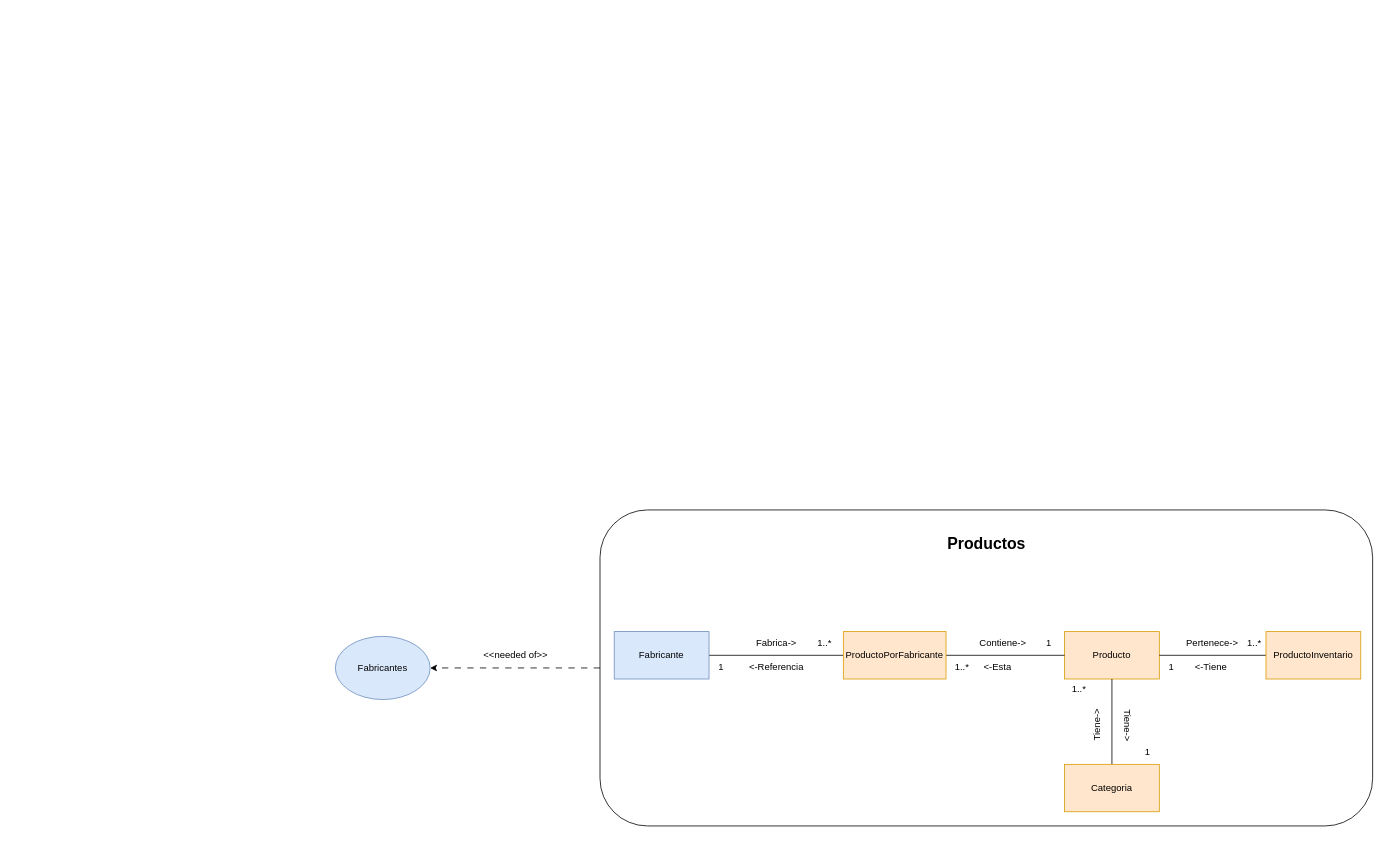
The draw.io diagram page "4.2 Productos-ModeloDominioAcotado" (5 of 16) of SpaOnline/ModeloDominioSpa.drawio in cristianospina/DOO, before the edit. Source tidied: cells renumbered, new cells numbered last; positions are measured from the earlier drawing's top-left corner, leaving out a move shared by most shapes. Both pictures are drawn from the tidied source at 79%, with x=0, y=0 at pixel (335, 510).
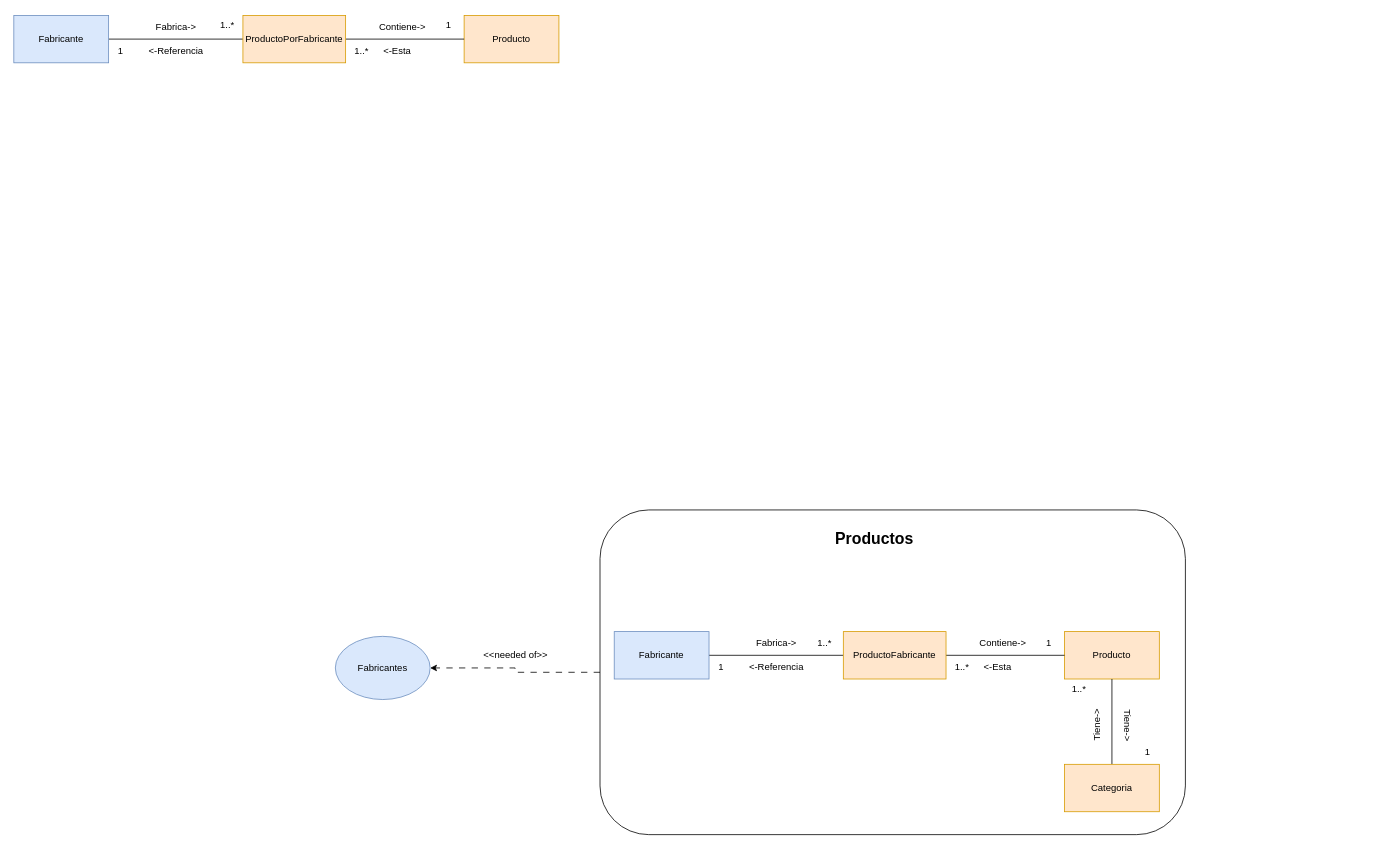
After the change.

Unchanged cells that the change refers to:
```xml
<mxCell id="5" value="Producto" style="rounded=0;whiteSpace=wrap;html=1;fillColor=#ffe6cc;strokeColor=#d79b00;" parent="1" vertex="1">
  <mxGeometry x="923" y="154" width="120" height="60" as="geometry" />
</mxCell>
```

Diff of the diagram source:
```diff
@@
     <mxCell id="3" style="rounded=1;whiteSpace=wrap;html=1;" parent="1" vertex="1">
-      <mxGeometry x="335" width="978" height="400" as="geometry" />
+      <mxGeometry x="335" width="741" height="411" as="geometry" />
     </mxCell>
     <mxCell id="4" value="&lt;b&gt;&lt;font style=&quot;font-size: 20px;&quot;&gt;Productos&lt;/font&gt;&lt;/b&gt;" style="text;html=1;align=center;verticalAlign=middle;strokeColor=none;fillColor=none;" parent="1" vertex="1">
-      <mxGeometry x="764" y="22" width="120" height="40" as="geometry" />
+      <mxGeometry x="622" y="16" width="120" height="40" as="geometry" />
     </mxCell>
@@
-    <mxCell id="8" value="ProductoPorFabricante" style="rounded=0;whiteSpace=wrap;html=1;fillColor=#ffe6cc;strokeColor=#d79b00;" parent="1" vertex="1">
+    <mxCell id="8" value="ProductoFabricante" style="rounded=0;whiteSpace=wrap;html=1;fillColor=#ffe6cc;strokeColor=#d79b00;" parent="1" vertex="1">
       <mxGeometry x="643" y="154" width="130" height="60" as="geometry" />
     </mxCell>
-    <mxCell id="9" style="edgeStyle=orthogonalEdgeStyle;rounded=0;jettySize=auto;html=1;endArrow=none;endFill=0;fillColor=none;" parent="1" edge="1" source="10" target="5">
-      <mxGeometry relative="1" as="geometry" />
-    </mxCell>
-    <mxCell id="10" value="ProductoInventario" style="rounded=0;whiteSpace=wrap;html=1;fillColor=#ffe6cc;strokeColor=#d79b00;" parent="1" vertex="1">
-      <mxGeometry x="1178" y="154" width="120" height="60" as="geometry" />
-    </mxCell>
-    <mxCell id="11" value="&amp;nbsp;Pertenece-&amp;gt;" style="text;html=1;align=center;verticalAlign=middle;fillColor=none;" parent="1" vertex="1">
-      <mxGeometry x="1063" y="154" width="90" height="30" as="geometry" />
-    </mxCell>
-    <mxCell id="12" value="&amp;lt;-Tiene" style="text;html=1;align=center;verticalAlign=middle;fillColor=none;" parent="1" vertex="1">
-      <mxGeometry x="1078" y="184" width="60" height="30" as="geometry" />
-    </mxCell>
-    <mxCell id="13" value="1..*" style="text;html=1;align=center;verticalAlign=middle;fillColor=none;" parent="1" vertex="1">
-      <mxGeometry x="1143" y="154" width="40" height="30" as="geometry" />
-    </mxCell>
-    <mxCell id="14" value="1" style="text;html=1;align=center;verticalAlign=middle;fillColor=none;" parent="1" vertex="1">
-      <mxGeometry x="1043" y="184" width="30" height="30" as="geometry" />
-    </mxCell>
@@
+    <mxCell id="32" value="Producto" style="rounded=0;whiteSpace=wrap;html=1;fillColor=#ffe6cc;strokeColor=#d79b00;" parent="1" vertex="1">
+      <mxGeometry x="163" y="-626" width="120" height="60" as="geometry" />
+    </mxCell>
+    <mxCell id="33" style="edgeStyle=orthogonalEdgeStyle;rounded=0;jettySize=auto;html=1;endArrow=none;endFill=0;" parent="1" edge="1" source="35" target="36">
+      <mxGeometry relative="1" as="geometry" />
+    </mxCell>
+    <mxCell id="34" style="edgeStyle=orthogonalEdgeStyle;rounded=0;jettySize=auto;html=1;entryX=0;entryY=0.5;entryDx=0;entryDy=0;endArrow=none;endFill=0;" parent="1" edge="1" source="35" target="32">
+      <mxGeometry relative="1" as="geometry" />
+    </mxCell>
+    <mxCell id="35" value="ProductoPorFabricante" style="rounded=0;whiteSpace=wrap;html=1;fillColor=#ffe6cc;strokeColor=#d79b00;" parent="1" vertex="1">
+      <mxGeometry x="-117" y="-626" width="130" height="60" as="geometry" />
+    </mxCell>
+    <mxCell id="36" value="Fabricante" style="rounded=0;whiteSpace=wrap;html=1;fillColor=#dae8fc;strokeColor=#6c8ebf;" parent="1" vertex="1">
+      <mxGeometry x="-407" y="-626" width="120" height="60" as="geometry" />
+    </mxCell>
+    <mxCell id="37" value="&amp;lt;-Referencia" style="text;html=1;align=center;verticalAlign=middle;fillColor=none;" parent="1" vertex="1">
+      <mxGeometry x="-247" y="-596" width="90" height="30" as="geometry" />
+    </mxCell>
+    <mxCell id="38" value="1" style="text;html=1;align=center;verticalAlign=middle;strokeColor=none;fillColor=none;" parent="1" vertex="1">
+      <mxGeometry x="-287" y="-596" width="30" height="30" as="geometry" />
+    </mxCell>
+    <mxCell id="39" value="Fabrica-&amp;gt;" style="text;html=1;align=center;verticalAlign=middle;fillColor=none;" parent="1" vertex="1">
+      <mxGeometry x="-237" y="-626" width="70" height="30" as="geometry" />
+    </mxCell>
+    <mxCell id="40" value="1..*" style="text;html=1;align=center;verticalAlign=middle;strokeColor=none;fillColor=none;" parent="1" vertex="1">
+      <mxGeometry x="-157" y="-628" width="40" height="30" as="geometry" />
+    </mxCell>
+    <mxCell id="41" value="&amp;nbsp;Contiene-&amp;gt;" style="text;html=1;align=center;verticalAlign=middle;fillColor=none;" parent="1" vertex="1">
+      <mxGeometry x="38" y="-626" width="90" height="30" as="geometry" />
+    </mxCell>
+    <mxCell id="42" value="1" style="text;html=1;align=center;verticalAlign=middle;strokeColor=none;fillColor=none;" parent="1" vertex="1">
+      <mxGeometry x="128" y="-628" width="30" height="30" as="geometry" />
+    </mxCell>
+    <mxCell id="43" value="&amp;lt;-Esta" style="text;html=1;align=center;verticalAlign=middle;fillColor=none;" parent="1" vertex="1">
+      <mxGeometry x="48" y="-596" width="60" height="30" as="geometry" />
+    </mxCell>
+    <mxCell id="44" value="1..*" style="text;html=1;align=center;verticalAlign=middle;strokeColor=none;fillColor=none;" parent="1" vertex="1">
+      <mxGeometry x="13" y="-596" width="40" height="30" as="geometry" />
+    </mxCell>
```
